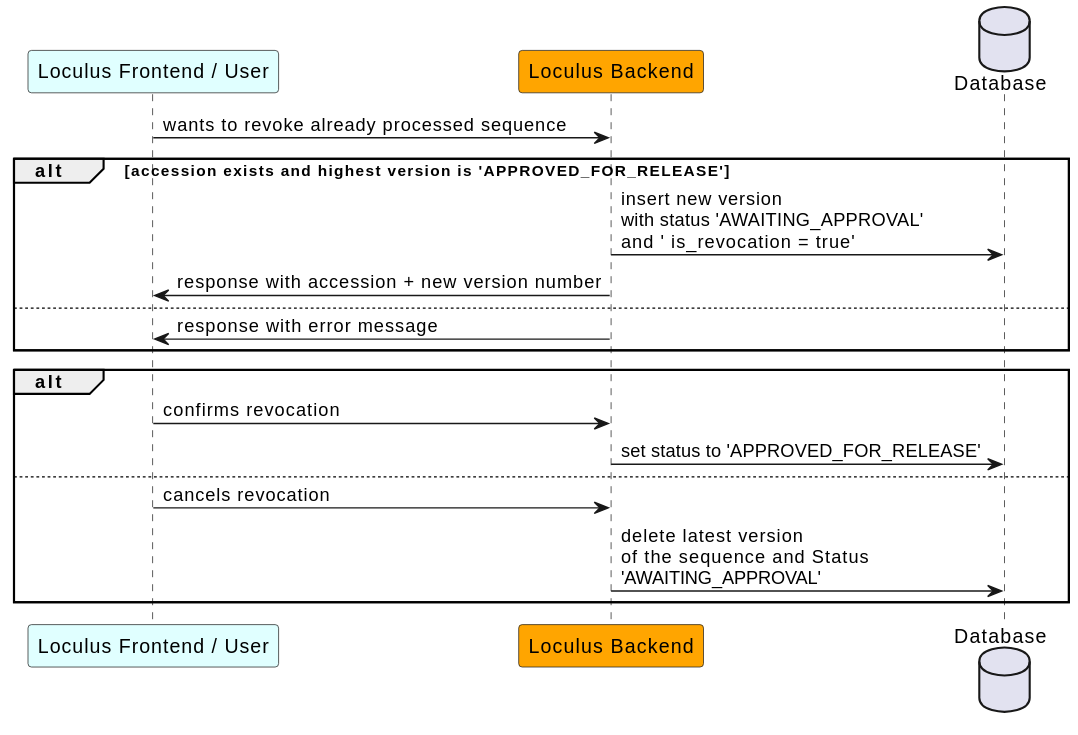
loculus-project/loculus keeps this PlantUML diagram as backend/docs/plantuml/sequenceRevocation.svg. Above is the earlier version.
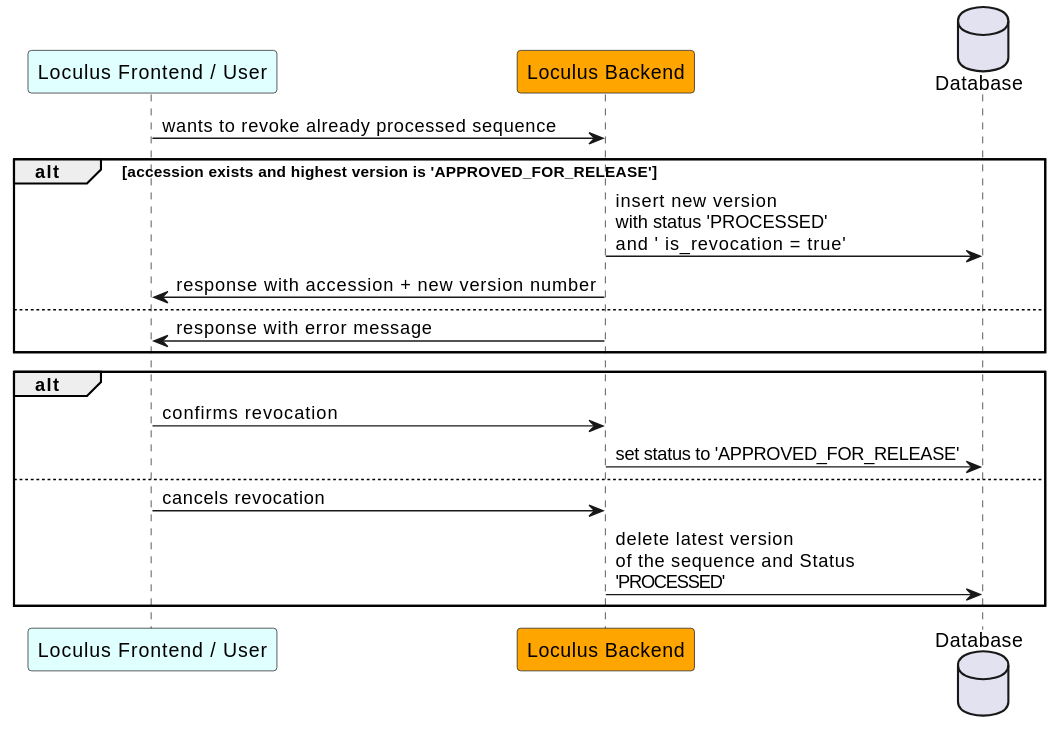
The same file after the commit.

The edit, as a diff of the source:
```diff
@@ -6,7 +6,7 @@
     frontend -> backend: wants to revoke already processed sequence
 
      alt accession exists and highest version is 'APPROVED_FOR_RELEASE'
-        backend -> DB: insert new version\nwith status 'AWAITING_APPROVAL' \nand ' is_revocation = true'
+        backend -> DB: insert new version\nwith status 'PROCESSED' \nand ' is_revocation = true'
     backend -> frontend: response with accession + new version number
     else
         backend -> frontend: response with error message
@@ -17,6 +17,6 @@
         backend -> DB: set status to 'APPROVED_FOR_RELEASE'
     else
         frontend -> backend: cancels revocation
-        backend -> DB: delete latest version \nof the sequence and Status \n'AWAITING_APPROVAL'
+        backend -> DB: delete latest version \nof the sequence and Status \n'PROCESSED'
     end
 @enduml
```
